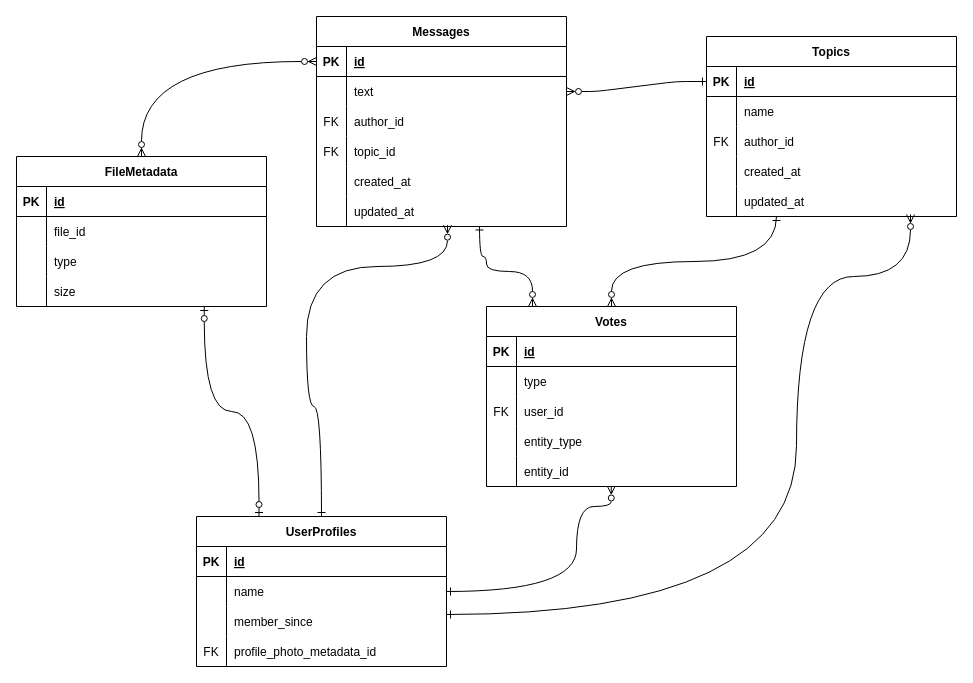
Earlier version of the draw.io diagram diagrams/Forum.drawio (Roboskeletron/fourm-web-app). Source tidied: cells renumbered, new cells numbered last; positions are measured from the earlier drawing's top-left corner, leaving out a move shared by most shapes. Both pictures are drawn from the tidied source at 100%, with x=0, y=0 at pixel (16, 16).
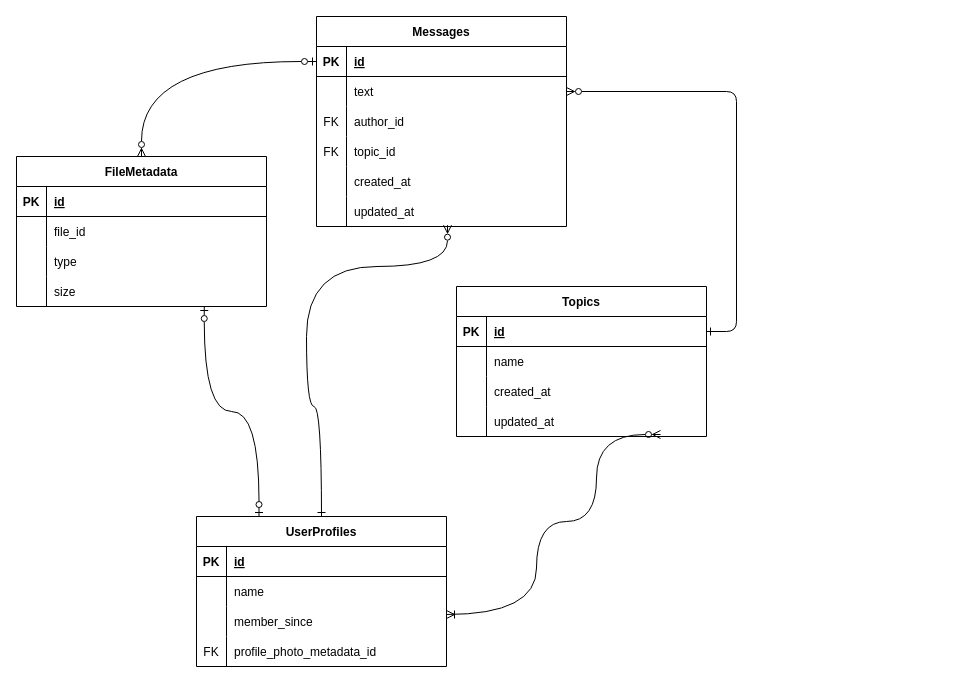
After the change.

Commit message:
Remove votes, topicsw can have many owners

The change refers to these unchanged cells:
```xml
<mxCell id="19" style="shape=partialRectangle;fillColor=none;points=[[0,0.5],[1,0.5]];portConstraint=eastwest;top=0;left=0;right=0;bottom=1;" parent="18" vertex="1">
  <mxGeometry y="30" width="250" height="30" as="geometry" />
</mxCell>
<mxCell id="34" style="shape=partialRectangle;fillColor=none;points=[[0,0.5],[1,0.5]];portConstraint=eastwest;top=0;left=0;right=0;bottom=0;" parent="18" vertex="1">
  <mxGeometry y="180" width="250" height="30" as="geometry" />
</mxCell>
<mxCell id="38" value="FileMetadata" style="shape=table;startSize=30;childLayout=tableLayout;rowLines=0;fontStyle=1;align=center;" parent="1" vertex="1">
  <mxGeometry y="140" width="250" height="150" as="geometry" />
</mxCell>
<mxCell id="59" style="shape=partialRectangle;fillColor=none;points=[[0,0.5],[1,0.5]];portConstraint=eastwest;top=0;left=0;right=0;bottom=0;" parent="55" vertex="1">
  <mxGeometry y="60" width="250" height="30" as="geometry" />
</mxCell>
<mxCell id="62" style="shape=partialRectangle;fillColor=none;points=[[0,0.5],[1,0.5]];portConstraint=eastwest;top=0;left=0;right=0;bottom=0;" parent="55" vertex="1">
  <mxGeometry y="90" width="250" height="30" as="geometry" />
</mxCell>
```

Change to the diagram source:
```diff
@@
     <mxCell id="2" value="Topics" style="shape=table;startSize=30;childLayout=tableLayout;rowLines=0;fontStyle=1;align=center;" parent="1" vertex="1">
-      <mxGeometry x="690" y="20" width="250" height="180" as="geometry" />
+      <mxGeometry x="440" y="270" width="250" height="150" as="geometry" />
     </mxCell>
@@
-    <mxCell id="9" style="shape=partialRectangle;fillColor=none;top=0;left=0;right=0;bottom=0;" parent="2" vertex="1">
-      <mxGeometry y="90" width="250" height="30" as="geometry" />
-    </mxCell>
-    <mxCell id="10" value="FK" style="shape=partialRectangle;overflow=hidden;fillColor=none;top=0;left=0;bottom=0;right=0;" parent="9" vertex="1">
-      <mxGeometry width="30" height="30" as="geometry" />
-    </mxCell>
-    <mxCell id="11" value="author_id" style="shape=partialRectangle;overflow=hidden;fillColor=none;top=0;left=0;bottom=0;right=0;align=left;spacingLeft=6;" parent="9" vertex="1">
-      <mxGeometry x="30" width="220" height="30" as="geometry" />
-    </mxCell>
     <mxCell id="12" style="shape=partialRectangle;fillColor=none;top=0;left=0;right=0;bottom=0;" parent="2" vertex="1">
-      <mxGeometry y="120" width="250" height="30" as="geometry" />
+      <mxGeometry y="90" width="250" height="30" as="geometry" />
     </mxCell>
@@
     <mxCell id="15" style="shape=partialRectangle;fillColor=none;points=[[0,0.5],[1,0.5]];portConstraint=eastwest;top=0;left=0;right=0;bottom=0;" parent="2" vertex="1">
-      <mxGeometry y="150" width="250" height="30" as="geometry" />
+      <mxGeometry y="120" width="250" height="30" as="geometry" />
     </mxCell>
@@
-    <mxCell id="51" style="fontSize=12;html=1;endArrow=ERzeroToMany;startArrow=ERzeroToMany;rounded=0;entryX=0;entryY=0.5;entryDx=0;entryDy=0;startFill=0;endFill=0;edgeStyle=orthogonalEdgeStyle;curved=1;" parent="1" edge="1" source="38" target="19">
+    <mxCell id="51" style="fontSize=12;html=1;endArrow=ERzeroToOne;startArrow=ERzeroToMany;rounded=0;entryX=0;entryY=0.5;entryDx=0;entryDy=0;startFill=0;endFill=0;edgeStyle=orthogonalEdgeStyle;curved=1;" parent="1" edge="1" source="38" target="19">
       <mxGeometry relative="1" as="geometry" />
     </mxCell>
-    <mxCell id="52" style="fontSize=12;html=1;endArrow=ERzeroToMany;startArrow=ERone;rounded=0;exitX=1;exitY=0.267;exitDx=0;exitDy=0;startFill=0;endFill=0;edgeStyle=orthogonalEdgeStyle;curved=1;entryX=0.816;entryY=0.933;entryDx=0;entryDy=0;entryPerimeter=0;exitPerimeter=0;" parent="1" edge="1" source="62" target="15">
+    <mxCell id="52" style="fontSize=12;html=1;endArrow=ERzeroToMany;startArrow=ERoneToMany;rounded=0;exitX=1;exitY=0.267;exitDx=0;exitDy=0;startFill=0;endFill=0;edgeStyle=orthogonalEdgeStyle;curved=1;entryX=0.816;entryY=0.933;entryDx=0;entryDy=0;entryPerimeter=0;exitPerimeter=0;" parent="1" edge="1" source="62" target="15">
       <mxGeometry relative="1" as="geometry">
         <Array as="points">
-          <mxPoint x="780" y="598" />
-          <mxPoint x="780" y="260" />
-          <mxPoint x="894" y="260" />
+          <mxPoint x="520" y="598" />
+          <mxPoint x="520" y="505" />
+          <mxPoint x="580" y="505" />
+          <mxPoint x="580" y="418" />
         </Array>
       </mxGeometry>
     </mxCell>
@@
-    <mxCell id="68" value="Votes" style="shape=table;startSize=30;childLayout=tableLayout;rowLines=0;fontStyle=1;align=center;" parent="1" vertex="1">
-      <mxGeometry x="470" y="290" width="250" height="180" as="geometry" />
-    </mxCell>
-    <mxCell id="69" style="shape=partialRectangle;fillColor=none;top=0;left=0;right=0;bottom=1;" parent="68" vertex="1">
-      <mxGeometry y="30" width="250" height="30" as="geometry" />
-    </mxCell>
-    <mxCell id="70" value="PK" style="shape=partialRectangle;overflow=hidden;fillColor=none;top=0;left=0;bottom=0;right=0;fontStyle=1;" parent="69" vertex="1">
-      <mxGeometry width="30" height="30" as="geometry" />
-    </mxCell>
-    <mxCell id="71" value="id" style="shape=partialRectangle;overflow=hidden;fillColor=none;top=0;left=0;bottom=0;right=0;align=left;spacingLeft=6;fontStyle=5;" parent="69" vertex="1">
-      <mxGeometry x="30" width="220" height="30" as="geometry" />
-    </mxCell>
-    <mxCell id="72" style="shape=partialRectangle;fillColor=none;top=0;left=0;right=0;bottom=0;" parent="68" vertex="1">
-      <mxGeometry y="60" width="250" height="30" as="geometry" />
-    </mxCell>
-    <mxCell id="73" style="shape=partialRectangle;overflow=hidden;fillColor=none;top=0;left=0;bottom=0;right=0;" parent="72" vertex="1">
-      <mxGeometry width="30" height="30" as="geometry" />
-    </mxCell>
-    <mxCell id="74" value="type" style="shape=partialRectangle;overflow=hidden;fillColor=none;top=0;left=0;bottom=0;right=0;align=left;spacingLeft=6;" parent="72" vertex="1">
-      <mxGeometry x="30" width="220" height="30" as="geometry" />
-    </mxCell>
-    <mxCell id="75" style="shape=partialRectangle;fillColor=none;top=0;left=0;right=0;bottom=0;" parent="68" vertex="1">
-      <mxGeometry y="90" width="250" height="30" as="geometry" />
-    </mxCell>
-    <mxCell id="76" value="FK" style="shape=partialRectangle;overflow=hidden;fillColor=none;top=0;left=0;bottom=0;right=0;" parent="75" vertex="1">
-      <mxGeometry width="30" height="30" as="geometry" />
-    </mxCell>
-    <mxCell id="77" value="user_id" style="shape=partialRectangle;overflow=hidden;fillColor=none;top=0;left=0;bottom=0;right=0;align=left;spacingLeft=6;" parent="75" vertex="1">
-      <mxGeometry x="30" width="220" height="30" as="geometry" />
-    </mxCell>
-    <mxCell id="78" style="shape=partialRectangle;fillColor=none;top=0;left=0;right=0;bottom=0;" parent="68" vertex="1">
-      <mxGeometry y="120" width="250" height="30" as="geometry" />
-    </mxCell>
-    <mxCell id="79" style="shape=partialRectangle;overflow=hidden;fillColor=none;top=0;left=0;bottom=0;right=0;" parent="78" vertex="1">
-      <mxGeometry width="30" height="30" as="geometry" />
-    </mxCell>
-    <mxCell id="80" value="entity_type" style="shape=partialRectangle;overflow=hidden;fillColor=none;top=0;left=0;bottom=0;right=0;align=left;spacingLeft=6;" parent="78" vertex="1">
-      <mxGeometry x="30" width="220" height="30" as="geometry" />
-    </mxCell>
-    <mxCell id="81" style="shape=partialRectangle;fillColor=none;points=[[0,0.5],[1,0.5]];portConstraint=eastwest;top=0;left=0;right=0;bottom=0;" parent="68" vertex="1">
-      <mxGeometry y="150" width="250" height="30" as="geometry" />
-    </mxCell>
-    <mxCell id="82" style="shape=partialRectangle;overflow=hidden;fillColor=none;top=0;left=0;bottom=0;right=0;" parent="81" vertex="1">
-      <mxGeometry width="30" height="30" as="geometry" />
-    </mxCell>
-    <mxCell id="83" value="entity_id" style="shape=partialRectangle;overflow=hidden;fillColor=none;top=0;left=0;bottom=0;right=0;align=left;spacingLeft=6;" parent="81" vertex="1">
-      <mxGeometry x="30" width="220" height="30" as="geometry" />
-    </mxCell>
-    <mxCell id="84" style="edgeStyle=orthogonalEdgeStyle;endArrow=ERone;startArrow=ERzeroToMany;endFill=0;startFill=0;curved=1;entryX=0.28;entryY=1;entryDx=0;entryDy=0;entryPerimeter=0;" parent="1" edge="1" source="68" target="15">
-      <mxGeometry relative="1" as="geometry" />
-    </mxCell>
-    <mxCell id="85" style="edgeStyle=orthogonalEdgeStyle;endArrow=ERone;startArrow=ERzeroToMany;endFill=0;startFill=0;exitX=0.499;exitY=0.982;exitDx=0;exitDy=0;exitPerimeter=0;entryX=1;entryY=0.5;entryDx=0;entryDy=0;curved=1;" parent="1" edge="1" source="81" target="59">
-      <mxGeometry relative="1" as="geometry">
-        <Array as="points">
-          <mxPoint x="595" y="490" />
-          <mxPoint x="560" y="490" />
-          <mxPoint x="560" y="575" />
-        </Array>
-      </mxGeometry>
-    </mxCell>
-    <mxCell id="86" style="edgeStyle=orthogonalEdgeStyle;endArrow=ERone;startArrow=ERzeroToMany;endFill=0;startFill=0;curved=1;exitX=0.184;exitY=0;exitDx=0;exitDy=0;exitPerimeter=0;entryX=0.652;entryY=0.983;entryDx=0;entryDy=0;entryPerimeter=0;" parent="1" edge="1" source="68" target="34">
-      <mxGeometry relative="1" as="geometry">
-        <Array as="points">
-          <mxPoint x="516" y="255" />
-          <mxPoint x="470" y="255" />
-          <mxPoint x="470" y="240" />
-          <mxPoint x="463" y="240" />
-        </Array>
-      </mxGeometry>
-    </mxCell>
```
